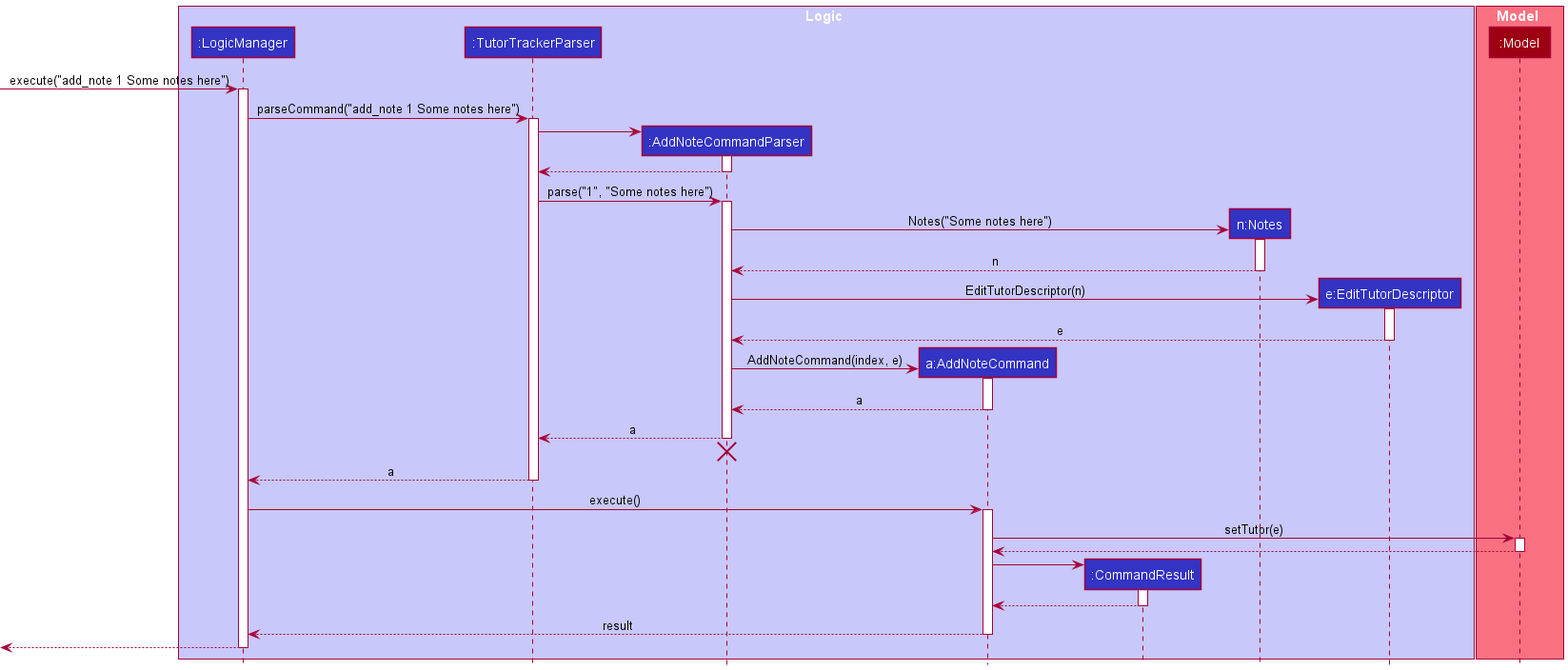
Above: docs/images/notes/NotesSequenceDiagram.png in nus-cs2103-AY2021S2/tp (PlantUML), before the change.
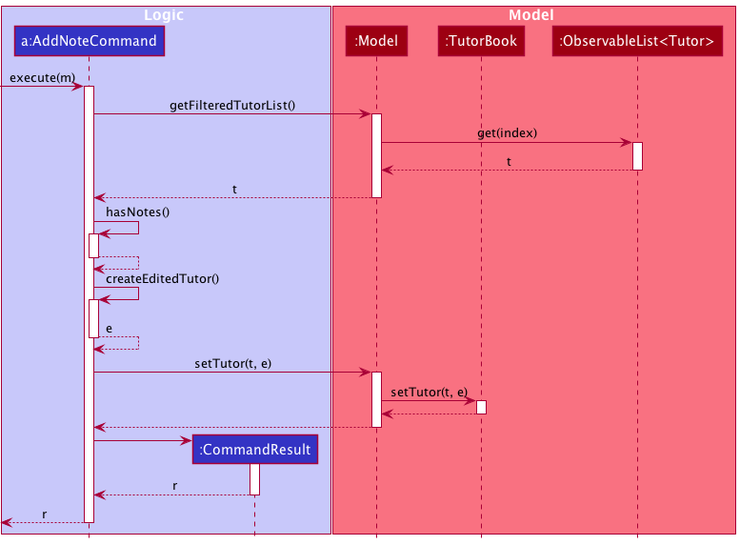
After the commit.

Diff of the diagram source:
```diff
@@ -2,84 +2,52 @@
 !include ../style.puml
 
 box Logic LOGIC_COLOR_T1
-participant ":LogicManager" as LogicManager LOGIC_COLOR
-participant ":TutorTrackerParser" as TutorTrackerParser LOGIC_COLOR
-participant ":AddNoteCommandParser" as AddNoteCommandParser LOGIC_COLOR
 participant "a:AddNoteCommand" as AddNoteCommand LOGIC_COLOR
 participant ":CommandResult" as CommandResult LOGIC_COLOR
-participant "n:Notes" as Notes LOGIC_COLOR
-participant "e:EditTutorDescriptor" as EditTutorDescriptor LOGIC_COLOR
 end box
 
 box Model MODEL_COLOR_T1
 participant ":Model" as Model MODEL_COLOR
+participant ":TutorBook" as TutorBook MODEL_COLOR
+participant ":ObservableList<Tutor>" as AppointmentList MODEL_COLOR
 end box
 
-[-> LogicManager : execute("add_note 1 Some notes here")
-activate LogicManager
-
-LogicManager -> TutorTrackerParser : parseCommand("add_note 1 Some notes here")
-activate TutorTrackerParser
-
-create AddNoteCommandParser
-TutorTrackerParser -> AddNoteCommandParser
-activate AddNoteCommandParser
-
-AddNoteCommandParser --> TutorTrackerParser
-deactivate AddNoteCommandParser
-
-TutorTrackerParser -> AddNoteCommandParser : parse("1", "Some notes here")
-activate AddNoteCommandParser
-
-create Notes
-AddNoteCommandParser -> Notes : Notes("Some notes here")
-activate Notes
-
-Notes --> AddNoteCommandParser : n
-deactivate Notes
-
-create EditTutorDescriptor
-AddNoteCommandParser -> EditTutorDescriptor : EditTutorDescriptor(n)
-activate EditTutorDescriptor
-
-EditTutorDescriptor --> AddNoteCommandParser : e
-deactivate EditTutorDescriptor
-
-
-create AddNoteCommand
-AddNoteCommandParser -> AddNoteCommand : AddNoteCommand(index, e)
+[-> AddNoteCommand : execute(m)
 activate AddNoteCommand
 
-AddNoteCommand --> AddNoteCommandParser : a
+AddNoteCommand -> Model: getFilteredTutorList()
+activate Model
+Model -> AppointmentList: get(index)
+activate AppointmentList
+AppointmentList --> Model: t
+deactivate AppointmentList
+Model --> AddNoteCommand: t
+deactivate Model
+
+AddNoteCommand -> AddNoteCommand: hasNotes()
+activate AddNoteCommand
+AddNoteCommand --> AddNoteCommand
 deactivate AddNoteCommand
 
-AddNoteCommandParser --> TutorTrackerParser : a
-deactivate AddNoteCommandParser
-AddNoteCommandParser -[hidden]-> TutorTrackerParser
-destroy AddNoteCommandParser
+AddNoteCommand -> AddNoteCommand: createEditedTutor()
+activate AddNoteCommand
+AddNoteCommand --> AddNoteCommand: e
+deactivate AddNoteCommand
 
-TutorTrackerParser --> LogicManager : a
-deactivate TutorTrackerParser
-
-LogicManager -> AddNoteCommand : execute()
-activate AddNoteCommand
-
-AddNoteCommand -> Model : setTutor(e)
+AddNoteCommand -> Model: setTutor(t, e)
 activate Model
-
+Model -> TutorBook: setTutor(t, e)
+activate TutorBook
+TutorBook --> Model
+deactivate TutorBook
 Model --> AddNoteCommand
 deactivate Model
 
 create CommandResult
 AddNoteCommand -> CommandResult
 activate CommandResult
-
-CommandResult --> AddNoteCommand
+CommandResult --> AddNoteCommand: r
 deactivate CommandResult
-
-AddNoteCommand --> LogicManager : result
+[<--AddNoteCommand: r
 deactivate AddNoteCommand
-
-[<--LogicManager
-deactivate LogicManager
 @enduml
```
